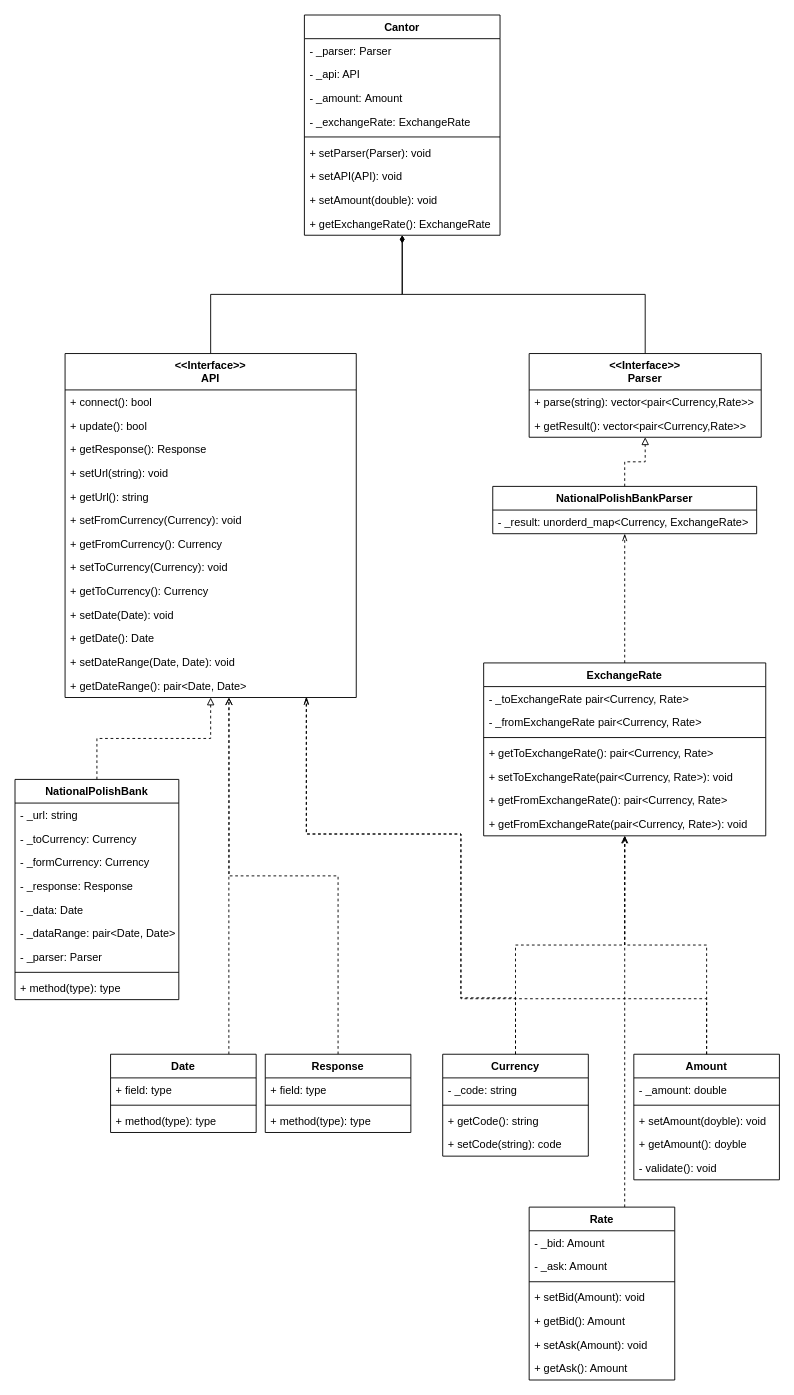
Earlier version of the draw.io diagram UML_diagram.drawio (MateuszMiekicki/change_currencies). Source tidied: cells renumbered, new cells numbered last; positions are measured from the earlier drawing's top-left corner, leaving out a move shared by most shapes. Both pictures are drawn from the tidied source at 91%, with x=0, y=0 at pixel (15, 15).
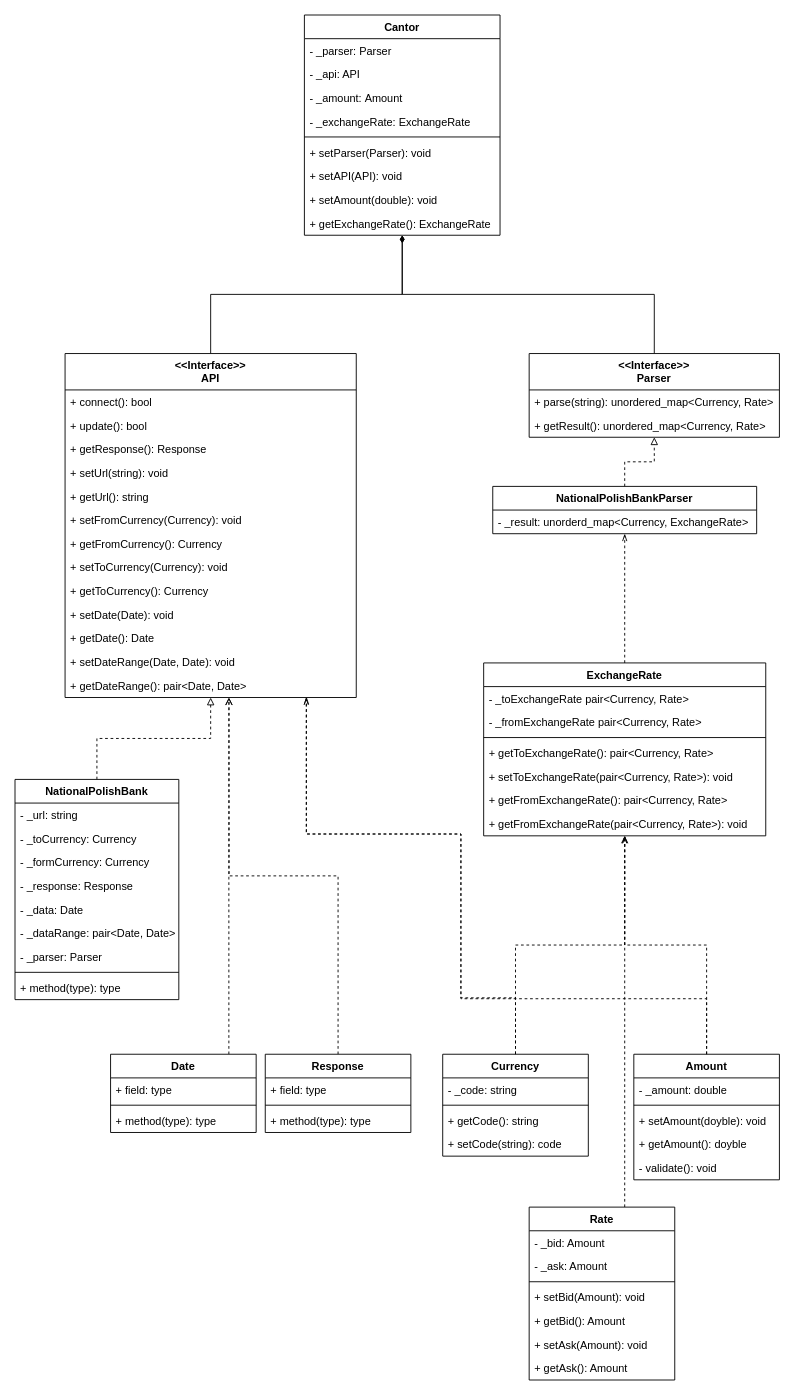
The same page after the edit.

Commit message:
Modify diagram with better container.

Change to the diagram source:
```diff
@@
     <mxCell id="45" value="&lt;&lt;Interface&gt;&gt;&#10;Parser" style="swimlane;fontStyle=1;align=center;verticalAlign=top;horizontal=1;startSize=40;" parent="1" vertex="1">
-      <mxGeometry x="565" y="372" width="255" height="92" as="geometry" />
+      <mxGeometry x="565" y="372" width="275" height="92" as="geometry" />
     </mxCell>
-    <mxCell id="46" value="+ parse(string): vector&lt;pair&lt;Currency,Rate&gt;&gt;" style="text;strokeColor=none;fillColor=none;align=left;verticalAlign=top;spacingLeft=4;spacingRight=4;overflow=hidden;" parent="45" vertex="1">
-      <mxGeometry y="40" width="255" height="26" as="geometry" />
+    <mxCell id="46" value="+ parse(string): unordered_map&lt;Currency, Rate&gt;" style="text;strokeColor=none;fillColor=none;align=left;verticalAlign=top;spacingLeft=4;spacingRight=4;overflow=hidden;" parent="45" vertex="1">
+      <mxGeometry y="40" width="275" height="26" as="geometry" />
     </mxCell>
-    <mxCell id="47" value="+ getResult(): vector&lt;pair&lt;Currency,Rate&gt;&gt;" style="text;strokeColor=none;fillColor=none;align=left;verticalAlign=top;spacingLeft=4;spacingRight=4;overflow=hidden;" parent="45" vertex="1">
-      <mxGeometry y="66" width="255" height="26" as="geometry" />
+    <mxCell id="47" value="+ getResult(): unordered_map&lt;Currency, Rate&gt;" style="text;strokeColor=none;fillColor=none;align=left;verticalAlign=top;spacingLeft=4;spacingRight=4;overflow=hidden;" parent="45" vertex="1">
+      <mxGeometry y="66" width="275" height="26" as="geometry" />
     </mxCell>
```
